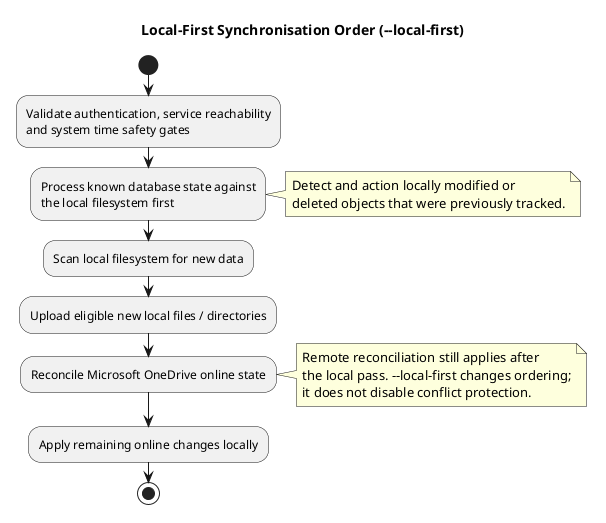
The PlantUML diagram docs/puml/local_first_sync_process.png in abraunegg/onedrive, before a commit.
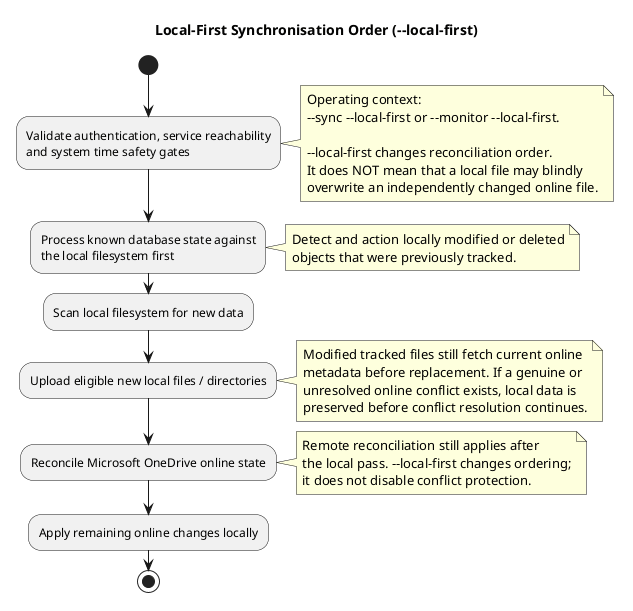
Later version of the same file.

Diff of the diagram source:
```diff
@@ -3,15 +3,29 @@
 
 start
 :Validate authentication, service reachability\nand system time safety gates;
+note right
+  Operating context:
+  ~--sync ~--local-first or ~--monitor ~--local-first.
+
+  ~--local-first changes reconciliation order.
+  It does NOT mean that a local file may blindly
+  overwrite an independently changed online file.
+end note
 
 :Process known database state against\nthe local filesystem first;
 note right
-  Detect and action locally modified or
-  deleted objects that were previously tracked.
+  Detect and action locally modified or deleted
+  objects that were previously tracked.
 end note
 
 :Scan local filesystem for new data;
 :Upload eligible new local files / directories;
+note right
+  Modified tracked files still fetch current online
+  metadata before replacement. If a genuine or
+  unresolved online conflict exists, local data is
+  preserved before conflict resolution continues.
+end note
 
 :Reconcile Microsoft OneDrive online state;
 note right
```
